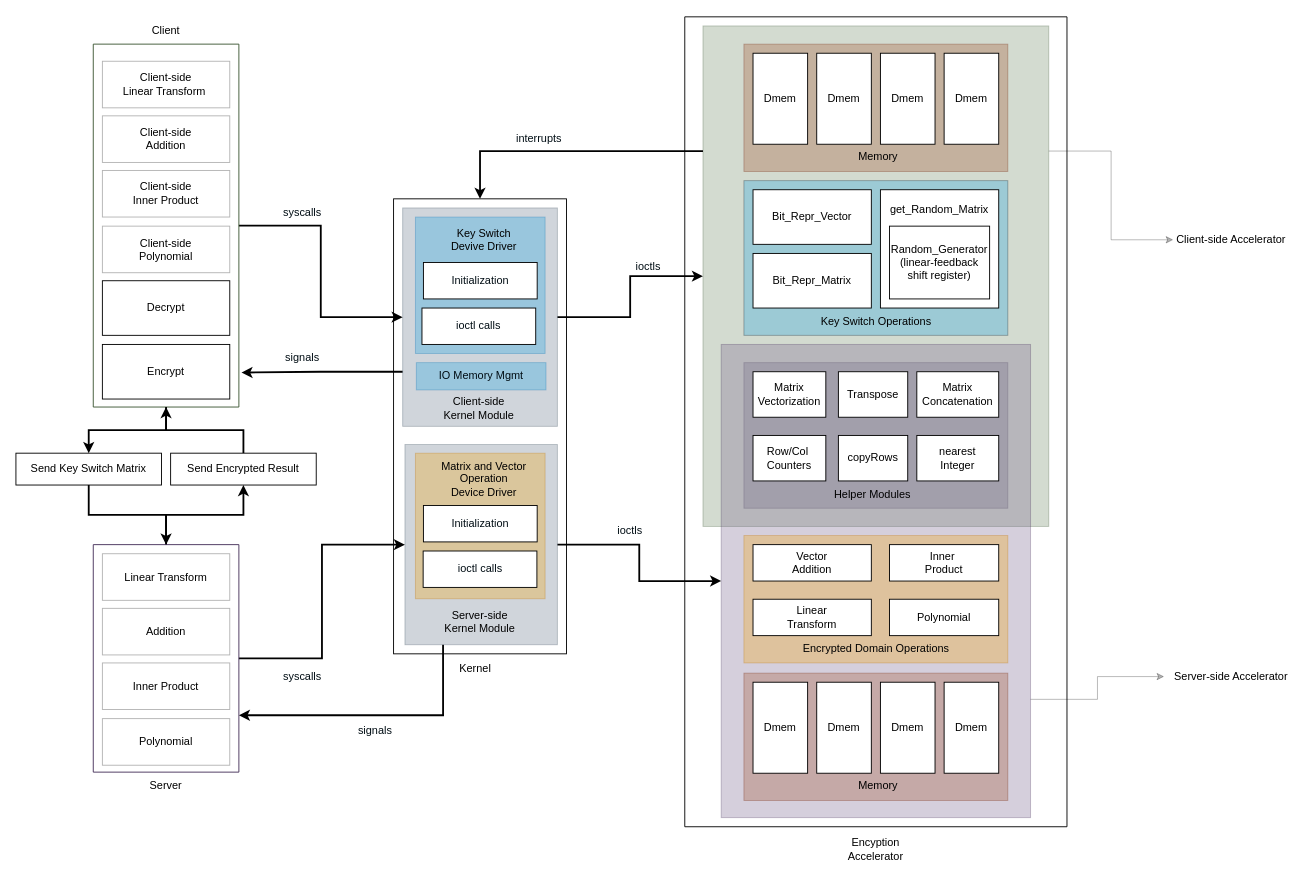
helloworld1921/Fully_Homomorphic_Encryption_Accelerator keeps this draw.io diagram as Design_Overview.drawio. Above is the earlier version. Source tidied: cells renumbered, new cells numbered last; positions are measured from the earlier drawing's top-left corner, leaving out a move shared by most shapes. Both pictures are drawn from the tidied source at 91%, with x=0, y=0 at pixel (15, 16).
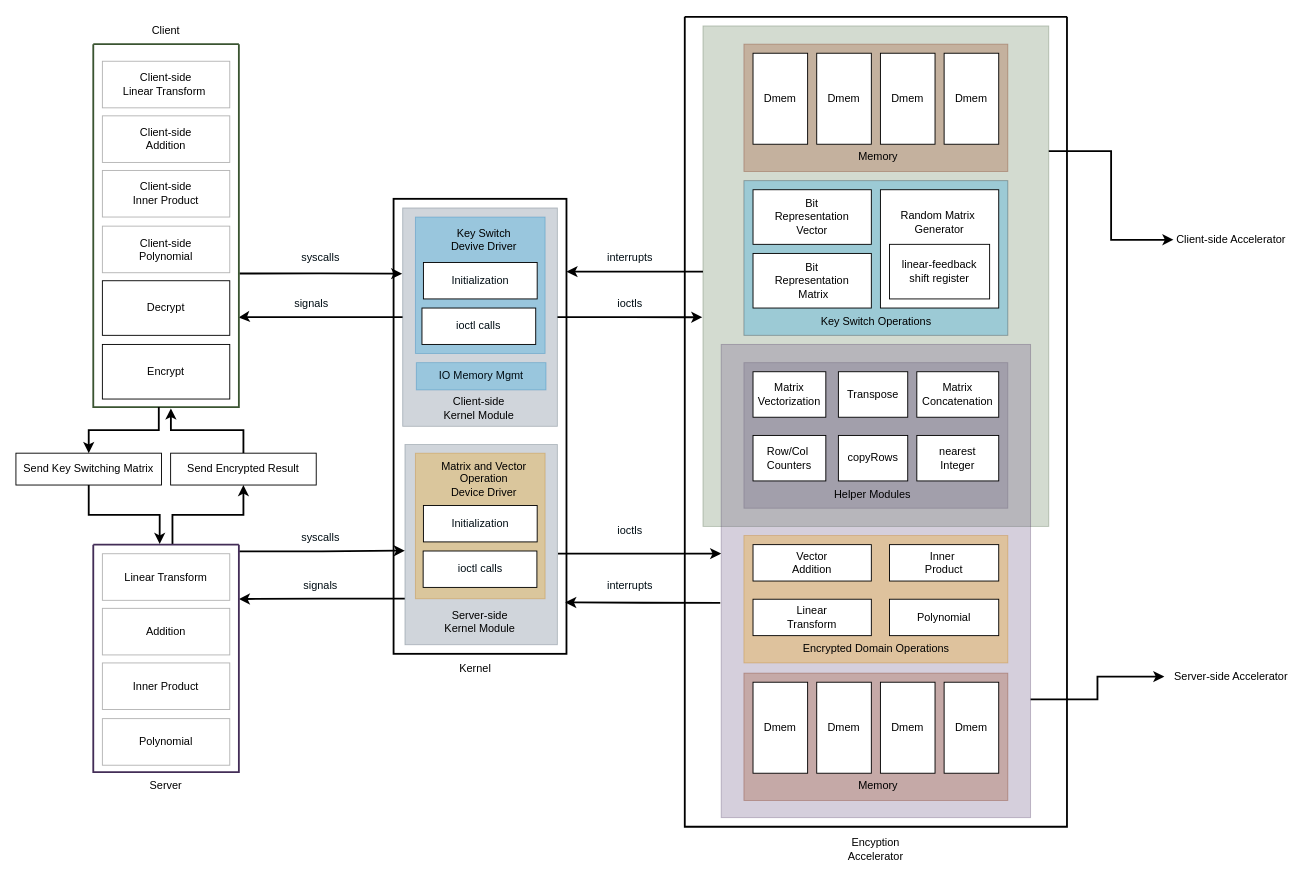
After the change.

Unchanged cells that the change refers to:
```xml
<mxCell id="5" style="rounded=0;whiteSpace=wrap;html=1;strokeWidth=1;opacity=30;fillColor=#647687;fontColor=#ffffff;strokeColor=#314354;" parent="1" vertex="1">
  <mxGeometry x="425" y="210" width="170" height="240" as="geometry" />
</mxCell>
<mxCell id="19" style="rounded=0;whiteSpace=wrap;html=1;strokeWidth=1;opacity=30;fillColor=#6d8764;fontColor=#ffffff;strokeColor=#3A5431;" parent="17" vertex="1">
  <mxGeometry x="20" y="10" width="380" height="550" as="geometry" />
</mxCell>
<mxCell id="20" style="rounded=0;whiteSpace=wrap;html=1;strokeWidth=1;opacity=30;fillColor=#76608a;fontColor=#ffffff;strokeColor=#432D57;" parent="17" vertex="1">
  <mxGeometry x="40" y="360" width="340" height="520" as="geometry" />
</mxCell>
<mxCell id="56" style="rounded=0;whiteSpace=wrap;html=1;strokeWidth=1;opacity=30;fillColor=#647687;fontColor=#ffffff;strokeColor=#314354;" parent="1" vertex="1">
  <mxGeometry x="427.5" y="470" width="167.5" height="220" as="geometry" />
</mxCell>
<mxCell id="68" value="Client-side Accelerator" style="text;html=1;strokeColor=none;fillColor=none;align=center;verticalAlign=middle;whiteSpace=wrap;rounded=0;opacity=30;" parent="1" vertex="1">
  <mxGeometry x="1272" y="230" width="127" height="30" as="geometry" />
</mxCell>
<mxCell id="70" value="Server-side Accelerator" style="text;html=1;strokeColor=none;fillColor=none;align=center;verticalAlign=middle;whiteSpace=wrap;rounded=0;opacity=30;" parent="1" vertex="1">
  <mxGeometry x="1262" y="710" width="146.6" height="30" as="geometry" />
</mxCell>
<mxCell id="75" value="&lt;span&gt;Send Encrypted Result&lt;/span&gt;" style="rounded=0;whiteSpace=wrap;html=1;strokeWidth=1;" parent="1" vertex="1">
  <mxGeometry x="170" y="479.5" width="160" height="35" as="geometry" />
</mxCell>
```

The edit, as a diff of the source:
```diff
@@
-    <mxCell id="2" style="rounded=0;whiteSpace=wrap;html=1;" parent="1" vertex="1">
+    <mxCell id="2" style="rounded=0;whiteSpace=wrap;html=1;strokeWidth=2;" parent="1" vertex="1">
       <mxGeometry x="415" y="200" width="190" height="500" as="geometry" />
     </mxCell>
-    <mxCell id="3" style="edgeStyle=orthogonalEdgeStyle;rounded=0;jettySize=auto;html=1;exitX=1;exitY=0.5;exitDx=0;exitDy=0;fontColor=#000D14;strokeWidth=2;" parent="1" edge="1" source="5" target="19">
+    <mxCell id="3" style="edgeStyle=orthogonalEdgeStyle;rounded=0;jettySize=auto;html=1;exitX=1;exitY=0.5;exitDx=0;exitDy=0;fontColor=#000D14;strokeWidth=2;entryX=-0.002;entryY=0.582;entryDx=0;entryDy=0;entryPerimeter=0;" parent="1" edge="1" source="5" target="19">
       <mxGeometry relative="1" as="geometry" />
     </mxCell>
-    <mxCell id="4" style="edgeStyle=orthogonalEdgeStyle;rounded=0;jettySize=auto;html=1;exitX=0;exitY=0.75;exitDx=0;exitDy=0;entryX=1.018;entryY=0.905;entryDx=0;entryDy=0;entryPerimeter=0;fontColor=#000D14;strokeWidth=2;" parent="1" edge="1" source="5" target="7">
-      <mxGeometry relative="1" as="geometry" />
+    <mxCell id="4" style="edgeStyle=orthogonalEdgeStyle;rounded=0;jettySize=auto;html=1;exitX=0;exitY=0.5;exitDx=0;exitDy=0;entryX=0.998;entryY=0.753;entryDx=0;entryDy=0;fontColor=#000D14;strokeWidth=2;entryPerimeter=0;" parent="1" edge="1" source="5" target="7">
+      <mxGeometry relative="1" as="geometry">
+        <Array as="points">
+          <mxPoint x="248" y="330" />
+        </Array>
+      </mxGeometry>
     </mxCell>
@@
-    <mxCell id="6" style="edgeStyle=orthogonalEdgeStyle;rounded=0;jettySize=auto;html=1;exitX=1;exitY=0.5;exitDx=0;exitDy=0;entryX=0;entryY=0.5;entryDx=0;entryDy=0;fontColor=#000D14;strokeWidth=2;" parent="1" edge="1" source="7" target="5">
+    <mxCell id="6" style="edgeStyle=orthogonalEdgeStyle;rounded=0;jettySize=auto;html=1;exitX=1.004;exitY=0.632;exitDx=0;exitDy=0;entryX=-0.003;entryY=0.301;entryDx=0;entryDy=0;fontColor=#000D14;strokeWidth=2;entryPerimeter=0;exitPerimeter=0;" parent="1" edge="1" source="7" target="5">
       <mxGeometry relative="1" as="geometry" />
     </mxCell>
-    <mxCell id="7" style="swimlane;startSize=0;fillColor=#6d8764;fontColor=#ffffff;strokeColor=#3A5431;" parent="1" vertex="1">
+    <mxCell id="7" style="swimlane;startSize=0;fillColor=#6d8764;fontColor=#ffffff;strokeColor=#3A5431;strokeWidth=2;" parent="1" vertex="1">
       <mxGeometry x="85" y="30" width="160" height="398.8" as="geometry" />
     </mxCell>
@@
-    <mxCell id="15" style="edgeStyle=orthogonalEdgeStyle;rounded=0;jettySize=auto;html=1;exitX=0.5;exitY=1;exitDx=0;exitDy=0;entryX=0.5;entryY=0;entryDx=0;entryDy=0;strokeWidth=2;" parent="1" edge="1" source="7" target="73">
+    <mxCell id="15" style="edgeStyle=orthogonalEdgeStyle;rounded=0;jettySize=auto;html=1;exitX=0.45;exitY=1;exitDx=0;exitDy=0;entryX=0.5;entryY=0;entryDx=0;entryDy=0;strokeWidth=2;exitPerimeter=0;" parent="1" edge="1" source="7" target="73">
       <mxGeometry relative="1" as="geometry" />
     </mxCell>
@@
-    <mxCell id="17" style="swimlane;startSize=0;" parent="1" vertex="1">
+    <mxCell id="17" style="swimlane;startSize=0;strokeWidth=2;" parent="1" vertex="1">
       <mxGeometry x="735" width="420" height="890" as="geometry" />
     </mxCell>
@@
-    <mxCell id="24" value="Bit_Repr_Vector" style="rounded=0;whiteSpace=wrap;html=1;" parent="17" vertex="1">
+    <mxCell id="24" value="Bit&lt;br&gt;Representation &lt;br&gt;Vector" style="rounded=0;whiteSpace=wrap;html=1;" parent="17" vertex="1">
       <mxGeometry x="75" y="190" width="130" height="60" as="geometry" />
     </mxCell>
-    <mxCell id="25" value="Bit_Repr_Matrix" style="rounded=0;whiteSpace=wrap;html=1;" parent="17" vertex="1">
+    <mxCell id="25" value="Bit&lt;br&gt;Representation&lt;br&gt;&amp;nbsp;Matrix" style="rounded=0;whiteSpace=wrap;html=1;" parent="17" vertex="1">
       <mxGeometry x="75" y="260" width="130" height="60" as="geometry" />
     </mxCell>
@@
-    <mxCell id="29" value="get_Random_Matrix&lt;br&gt;&lt;br&gt;&lt;br&gt;&lt;br&gt;&lt;br&gt;&lt;br&gt;&lt;br&gt;" style="rounded=0;whiteSpace=wrap;html=1;strokeWidth=1;" parent="17" vertex="1">
+    <mxCell id="29" value="Random Matrix&amp;nbsp;&lt;br&gt;Generator&lt;br&gt;&lt;br&gt;&lt;br&gt;&lt;br&gt;&lt;br&gt;" style="rounded=0;whiteSpace=wrap;html=1;strokeWidth=1;" parent="17" vertex="1">
       <mxGeometry x="215" y="190" width="130" height="130" as="geometry" />
     </mxCell>
-    <mxCell id="30" value="Random_Generator &lt;br&gt;(linear-feedback shift register)" style="rounded=0;whiteSpace=wrap;html=1;strokeWidth=1;" parent="17" vertex="1">
-      <mxGeometry x="225" y="230" width="110" height="80" as="geometry" />
+    <mxCell id="30" value="linear-feedback&lt;br&gt;shift register" style="rounded=0;whiteSpace=wrap;html=1;strokeWidth=1;" parent="17" vertex="1">
+      <mxGeometry x="225" y="250" width="110" height="60" as="geometry" />
     </mxCell>
@@
-    <mxCell id="54" style="edgeStyle=orthogonalEdgeStyle;rounded=0;jettySize=auto;html=1;exitX=1;exitY=0.5;exitDx=0;exitDy=0;entryX=0;entryY=0.5;entryDx=0;entryDy=0;fontColor=#000D14;strokeWidth=2;" parent="1" edge="1" source="56" target="20">
+    <mxCell id="54" style="edgeStyle=orthogonalEdgeStyle;rounded=0;jettySize=auto;html=1;exitX=1.004;exitY=0.545;exitDx=0;exitDy=0;fontColor=#000D14;strokeWidth=2;entryX=0;entryY=0.442;entryDx=0;entryDy=0;entryPerimeter=0;exitPerimeter=0;" parent="1" edge="1" source="56" target="20">
       <mxGeometry relative="1" as="geometry" />
     </mxCell>
-    <mxCell id="55" style="edgeStyle=orthogonalEdgeStyle;rounded=0;jettySize=auto;html=1;exitX=0.25;exitY=1;exitDx=0;exitDy=0;entryX=1;entryY=0.75;entryDx=0;entryDy=0;fontColor=#000D14;strokeWidth=2;" parent="1" edge="1" source="56" target="61">
+    <mxCell id="55" style="edgeStyle=orthogonalEdgeStyle;rounded=0;jettySize=auto;html=1;entryX=1;entryY=0.239;entryDx=0;entryDy=0;fontColor=#000D14;strokeWidth=2;entryPerimeter=0;exitX=-0.001;exitY=0.77;exitDx=0;exitDy=0;exitPerimeter=0;" parent="1" edge="1" source="56" target="61">
       <mxGeometry relative="1" as="geometry" />
     </mxCell>
@@
-    <mxCell id="59" style="edgeStyle=orthogonalEdgeStyle;rounded=0;jettySize=auto;html=1;exitX=0.5;exitY=0;exitDx=0;exitDy=0;entryX=0.5;entryY=1;entryDx=0;entryDy=0;strokeWidth=2;" parent="1" edge="1" source="61" target="75">
+    <mxCell id="59" style="edgeStyle=orthogonalEdgeStyle;rounded=0;jettySize=auto;html=1;exitX=0.544;exitY=-0.003;exitDx=0;exitDy=0;entryX=0.5;entryY=1;entryDx=0;entryDy=0;strokeWidth=2;exitPerimeter=0;" parent="1" edge="1" source="61" target="75">
       <mxGeometry relative="1" as="geometry" />
     </mxCell>
-    <mxCell id="60" style="edgeStyle=orthogonalEdgeStyle;rounded=0;jettySize=auto;html=1;exitX=1;exitY=0.5;exitDx=0;exitDy=0;entryX=0;entryY=0.5;entryDx=0;entryDy=0;fontColor=#000D14;strokeWidth=2;" parent="1" edge="1" source="61" target="56">
+    <mxCell id="60" style="edgeStyle=orthogonalEdgeStyle;rounded=0;jettySize=auto;html=1;exitX=1.002;exitY=0.03;exitDx=0;exitDy=0;entryX=-0.001;entryY=0.53;entryDx=0;entryDy=0;fontColor=#000D14;strokeWidth=2;entryPerimeter=0;exitPerimeter=0;" parent="1" edge="1" source="61" target="56">
       <mxGeometry relative="1" as="geometry" />
     </mxCell>
-    <mxCell id="61" style="swimlane;startSize=0;fillColor=#76608a;fontColor=#ffffff;strokeColor=#432D57;" parent="1" vertex="1">
+    <mxCell id="61" style="swimlane;startSize=0;fillColor=#76608a;fontColor=#ffffff;strokeColor=#432D57;strokeWidth=2;" parent="1" vertex="1">
       <mxGeometry x="85" y="580" width="160" height="250" as="geometry" />
     </mxCell>
@@
-    <mxCell id="69" style="edgeStyle=orthogonalEdgeStyle;rounded=0;jettySize=auto;html=1;exitX=1;exitY=0.25;exitDx=0;exitDy=0;opacity=30;" parent="1" edge="1" source="19" target="68">
+    <mxCell id="69" style="edgeStyle=orthogonalEdgeStyle;rounded=0;jettySize=auto;html=1;exitX=1;exitY=0.25;exitDx=0;exitDy=0;strokeWidth=2;" parent="1" edge="1" source="19" target="68">
       <mxGeometry relative="1" as="geometry" />
     </mxCell>
@@
-    <mxCell id="71" style="edgeStyle=orthogonalEdgeStyle;rounded=0;jettySize=auto;html=1;exitX=1;exitY=0.75;exitDx=0;exitDy=0;opacity=30;" parent="1" edge="1" source="20" target="70">
+    <mxCell id="71" style="edgeStyle=orthogonalEdgeStyle;rounded=0;jettySize=auto;html=1;exitX=1;exitY=0.75;exitDx=0;exitDy=0;strokeWidth=2;" parent="1" edge="1" source="20" target="70">
       <mxGeometry relative="1" as="geometry" />
     </mxCell>
-    <mxCell id="72" style="edgeStyle=orthogonalEdgeStyle;rounded=0;jettySize=auto;html=1;exitX=0.5;exitY=1;exitDx=0;exitDy=0;entryX=0.5;entryY=0;entryDx=0;entryDy=0;strokeWidth=2;" parent="1" edge="1" source="73" target="61">
+    <mxCell id="72" style="edgeStyle=orthogonalEdgeStyle;rounded=0;jettySize=auto;html=1;exitX=0.5;exitY=1;exitDx=0;exitDy=0;entryX=0.456;entryY=-0.003;entryDx=0;entryDy=0;strokeWidth=2;entryPerimeter=0;" parent="1" edge="1" source="73" target="61">
       <mxGeometry relative="1" as="geometry" />
     </mxCell>
-    <mxCell id="73" value="&lt;span&gt;Send Key Switch Matrix&lt;/span&gt;" style="rounded=0;whiteSpace=wrap;html=1;strokeWidth=1;" parent="1" vertex="1">
+    <mxCell id="73" value="&lt;span&gt;Send Key Switching Matrix&lt;/span&gt;" style="rounded=0;whiteSpace=wrap;html=1;strokeWidth=1;" parent="1" vertex="1">
       <mxGeometry y="479.5" width="160" height="35" as="geometry" />
     </mxCell>
-    <mxCell id="74" style="edgeStyle=orthogonalEdgeStyle;rounded=0;jettySize=auto;html=1;exitX=0.5;exitY=0;exitDx=0;exitDy=0;entryX=0.5;entryY=1;entryDx=0;entryDy=0;strokeWidth=2;" parent="1" edge="1" source="75" target="7">
+    <mxCell id="74" style="edgeStyle=orthogonalEdgeStyle;rounded=0;jettySize=auto;html=1;exitX=0.5;exitY=0;exitDx=0;exitDy=0;entryX=0.533;entryY=1.004;entryDx=0;entryDy=0;strokeWidth=2;entryPerimeter=0;" parent="1" edge="1" source="75" target="7">
       <mxGeometry relative="1" as="geometry" />
     </mxCell>
@@
     <mxCell id="83" value="syscalls" style="text;html=1;strokeColor=none;fillColor=none;align=center;verticalAlign=middle;whiteSpace=wrap;rounded=0;fontColor=#000D14;" parent="1" vertex="1">
-      <mxGeometry x="285" y="200" width="60" height="30" as="geometry" />
+      <mxGeometry x="305" y="250" width="60" height="30" as="geometry" />
     </mxCell>
     <mxCell id="84" value="syscalls" style="text;html=1;strokeColor=none;fillColor=none;align=center;verticalAlign=middle;whiteSpace=wrap;rounded=0;fontColor=#000D14;" parent="1" vertex="1">
-      <mxGeometry x="285" y="710" width="60" height="30" as="geometry" />
+      <mxGeometry x="305" y="557" width="60" height="30" as="geometry" />
     </mxCell>
     <mxCell id="85" value="ioctls" style="text;html=1;strokeColor=none;fillColor=none;align=center;verticalAlign=middle;whiteSpace=wrap;rounded=0;fontColor=#000D14;" parent="1" vertex="1">
-      <mxGeometry x="665" y="260" width="60" height="30" as="geometry" />
+      <mxGeometry x="645" y="300" width="60" height="30" as="geometry" />
     </mxCell>
@@
-    <mxCell id="87" style="edgeStyle=orthogonalEdgeStyle;rounded=0;jettySize=auto;html=1;exitX=0;exitY=0.25;exitDx=0;exitDy=0;entryX=0.5;entryY=0;entryDx=0;entryDy=0;fontColor=#000D14;strokeWidth=2;" parent="1" edge="1" source="19" target="2">
-      <mxGeometry relative="1" as="geometry" />
+    <mxCell id="87" style="edgeStyle=orthogonalEdgeStyle;rounded=0;orthogonalLoop=1;jettySize=auto;html=1;fontColor=#000D14;strokeWidth=2;" parent="1" edge="1">
+      <mxGeometry relative="1" as="geometry">
+        <mxPoint x="755" y="280" as="sourcePoint" />
+        <mxPoint x="605" y="280" as="targetPoint" />
+      </mxGeometry>
     </mxCell>
     <mxCell id="88" value="interrupts" style="text;html=1;strokeColor=none;fillColor=none;align=center;verticalAlign=middle;whiteSpace=wrap;rounded=0;fontColor=#000D14;" parent="1" vertex="1">
-      <mxGeometry x="545" y="119" width="60" height="30" as="geometry" />
+      <mxGeometry x="645" y="250" width="60" height="30" as="geometry" />
     </mxCell>
     <mxCell id="89" value="signals" style="text;html=1;strokeColor=none;fillColor=none;align=center;verticalAlign=middle;whiteSpace=wrap;rounded=0;fontColor=#000D14;" parent="1" vertex="1">
-      <mxGeometry x="285" y="360" width="60" height="30" as="geometry" />
+      <mxGeometry x="295" y="300" width="60" height="30" as="geometry" />
     </mxCell>
     <mxCell id="90" value="signals" style="text;html=1;strokeColor=none;fillColor=none;align=center;verticalAlign=middle;whiteSpace=wrap;rounded=0;fontColor=#000D14;" parent="1" vertex="1">
-      <mxGeometry x="365" y="770" width="60" height="30" as="geometry" />
+      <mxGeometry x="305" y="609.5" width="60" height="30" as="geometry" />
     </mxCell>
+    <mxCell id="91" style="edgeStyle=orthogonalEdgeStyle;rounded=0;jettySize=auto;html=1;exitX=-0.003;exitY=0.546;exitDx=0;exitDy=0;fontColor=#000D14;strokeWidth=2;exitPerimeter=0;entryX=0.993;entryY=0.887;entryDx=0;entryDy=0;entryPerimeter=0;" parent="1" edge="1" source="20" target="2">
+      <mxGeometry relative="1" as="geometry" />
+    </mxCell>
+    <mxCell id="92" value="interrupts" style="text;html=1;strokeColor=none;fillColor=none;align=center;verticalAlign=middle;whiteSpace=wrap;rounded=0;fontColor=#000D14;" parent="1" vertex="1">
+      <mxGeometry x="645" y="609.5" width="60" height="30" as="geometry" />
+    </mxCell>
```
